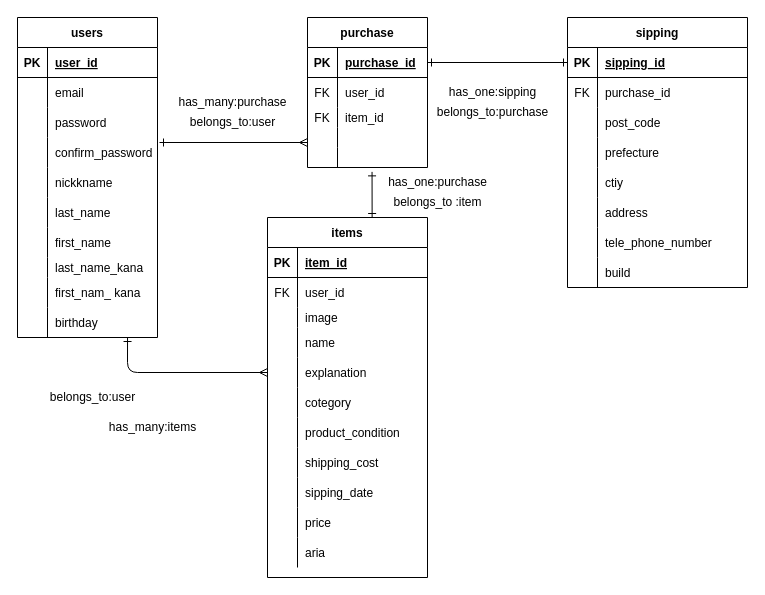
The draw.io diagram app/views/test.dio in karen0622/furima-41460, before the edit. Source tidied: cells renumbered, new cells numbered last; positions are measured from the earlier drawing's top-left corner, leaving out a move shared by most shapes. Both pictures are drawn from the tidied source at 100%, with x=0, y=0 at pixel (17, 17).
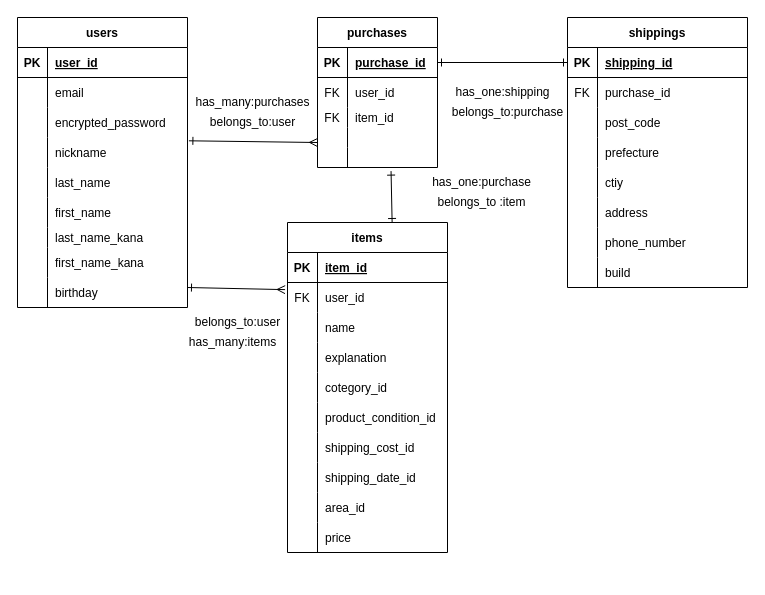
After the change.

Unchanged cells that the change refers to:
```xml
<mxCell id="37" style="shape=tableRow;horizontal=0;startSize=0;swimlaneHead=0;swimlaneBody=0;fillColor=none;points=[[0,0.5],[1,0.5]];portConstraint=eastwest;top=0;left=0;right=0;bottom=0;" parent="33" vertex="1">
  <mxGeometry y="60" width="160" height="30" as="geometry" />
</mxCell>
<mxCell id="77" style="shape=tableRow;horizontal=0;startSize=0;swimlaneHead=0;swimlaneBody=0;fillColor=none;points=[[0,0.5],[1,0.5]];portConstraint=eastwest;top=0;left=0;right=0;bottom=0;" parent="67" vertex="1">
  <mxGeometry y="110" width="120" height="20" as="geometry" />
</mxCell>
<mxCell id="80" style="shape=tableRow;horizontal=0;startSize=0;swimlaneHead=0;swimlaneBody=0;fillColor=none;points=[[0,0.5],[1,0.5]];portConstraint=eastwest;top=0;left=0;right=0;bottom=0;" parent="67" vertex="1">
  <mxGeometry y="130" width="120" height="20" as="geometry" />
</mxCell>
<mxCell id="84" style="shape=tableRow;horizontal=0;startSize=0;swimlaneHead=0;swimlaneBody=0;fillColor=none;points=[[0,0.5],[1,0.5]];portConstraint=eastwest;top=0;left=0;right=0;bottom=1;" parent="83" vertex="1">
  <mxGeometry y="30" width="180" height="30" as="geometry" />
</mxCell>
<mxCell id="102" style="shape=tableRow;horizontal=0;startSize=0;swimlaneHead=0;swimlaneBody=0;fillColor=none;top=0;left=0;right=0;bottom=0;" parent="83" vertex="1">
  <mxGeometry y="210" width="180" height="30" as="geometry" />
</mxCell>
```

Diff of the diagram source:
```diff
@@
     <mxCell id="2" value="users" style="shape=table;startSize=30;childLayout=tableLayout;rowLines=0;fontStyle=1;align=center;" parent="1" vertex="1">
-      <mxGeometry width="140" height="320" as="geometry" />
+      <mxGeometry width="170" height="290" as="geometry" />
     </mxCell>
     <mxCell id="3" style="shape=tableRow;horizontal=0;startSize=0;swimlaneHead=0;swimlaneBody=0;fillColor=none;top=0;left=0;right=0;bottom=1;" parent="2" vertex="1">
-      <mxGeometry y="30" width="140" height="30" as="geometry" />
+      <mxGeometry y="30" width="170" height="30" as="geometry" />
     </mxCell>
@@
     <mxCell id="5" value="user_id" style="shape=partialRectangle;fillColor=none;top=0;left=0;bottom=0;right=0;align=left;spacingLeft=6;fontStyle=5;overflow=hidden;" parent="3" vertex="1">
-      <mxGeometry x="30" width="110" height="30" as="geometry" />
+      <mxGeometry x="30" width="140" height="30" as="geometry" />
     </mxCell>
     <mxCell id="6" style="shape=tableRow;horizontal=0;startSize=0;swimlaneHead=0;swimlaneBody=0;fillColor=none;top=0;left=0;right=0;bottom=0;" parent="2" vertex="1">
-      <mxGeometry y="60" width="140" height="30" as="geometry" />
+      <mxGeometry y="60" width="170" height="30" as="geometry" />
     </mxCell>
@@
     <mxCell id="8" value="email" style="shape=partialRectangle;fillColor=none;top=0;left=0;bottom=0;right=0;align=left;spacingLeft=6;overflow=hidden;" parent="6" vertex="1">
-      <mxGeometry x="30" width="110" height="30" as="geometry" />
+      <mxGeometry x="30" width="140" height="30" as="geometry" />
     </mxCell>
     <mxCell id="9" style="shape=tableRow;horizontal=0;startSize=0;swimlaneHead=0;swimlaneBody=0;fillColor=none;top=0;left=0;right=0;bottom=0;" parent="2" vertex="1">
-      <mxGeometry y="90" width="140" height="30" as="geometry" />
+      <mxGeometry y="90" width="170" height="30" as="geometry" />
     </mxCell>
@@
-    <mxCell id="11" value="password" style="shape=partialRectangle;fillColor=none;top=0;left=0;bottom=0;right=0;align=left;spacingLeft=6;overflow=hidden;" parent="9" vertex="1">
-      <mxGeometry x="30" width="110" height="30" as="geometry" />
+    <mxCell id="11" value="encrypted_password" style="shape=partialRectangle;fillColor=none;top=0;left=0;bottom=0;right=0;align=left;spacingLeft=6;overflow=hidden;" parent="9" vertex="1">
+      <mxGeometry x="30" width="140" height="30" as="geometry" />
     </mxCell>
-    <mxCell id="12" style="shape=tableRow;horizontal=0;startSize=0;swimlaneHead=0;swimlaneBody=0;fillColor=none;top=0;left=0;right=0;bottom=0;" parent="2" vertex="1">
-      <mxGeometry y="120" width="140" height="30" as="geometry" />
-    </mxCell>
-    <mxCell id="13" style="shape=partialRectangle;fillColor=none;top=0;left=0;bottom=0;right=0;overflow=hidden;" parent="12" vertex="1">
-      <mxGeometry width="30" height="30" as="geometry" />
-    </mxCell>
-    <mxCell id="14" value="confirm_password" style="shape=partialRectangle;fillColor=none;top=0;left=0;bottom=0;right=0;align=left;spacingLeft=6;overflow=hidden;" parent="12" vertex="1">
-      <mxGeometry x="30" width="110" height="30" as="geometry" />
-    </mxCell>
     <mxCell id="15" style="shape=tableRow;horizontal=0;startSize=0;swimlaneHead=0;swimlaneBody=0;fillColor=none;top=0;left=0;right=0;bottom=0;" parent="2" vertex="1">
-      <mxGeometry y="150" width="140" height="30" as="geometry" />
+      <mxGeometry y="120" width="170" height="30" as="geometry" />
     </mxCell>
@@
-    <mxCell id="17" value="nickkname" style="shape=partialRectangle;fillColor=none;top=0;left=0;bottom=0;right=0;align=left;spacingLeft=6;overflow=hidden;" parent="15" vertex="1">
-      <mxGeometry x="30" width="110" height="30" as="geometry" />
+    <mxCell id="17" value="nickname" style="shape=partialRectangle;fillColor=none;top=0;left=0;bottom=0;right=0;align=left;spacingLeft=6;overflow=hidden;" parent="15" vertex="1">
+      <mxGeometry x="30" width="140" height="30" as="geometry" />
     </mxCell>
     <mxCell id="18" style="shape=tableRow;horizontal=0;startSize=0;swimlaneHead=0;swimlaneBody=0;fillColor=none;top=0;left=0;right=0;bottom=0;" parent="2" vertex="1">
-      <mxGeometry y="180" width="140" height="30" as="geometry" />
+      <mxGeometry y="150" width="170" height="30" as="geometry" />
     </mxCell>
@@
     <mxCell id="20" value="last_name" style="shape=partialRectangle;fillColor=none;top=0;left=0;bottom=0;right=0;align=left;spacingLeft=6;overflow=hidden;" parent="18" vertex="1">
-      <mxGeometry x="30" width="110" height="30" as="geometry" />
+      <mxGeometry x="30" width="140" height="30" as="geometry" />
     </mxCell>
     <mxCell id="21" style="shape=tableRow;horizontal=0;startSize=0;swimlaneHead=0;swimlaneBody=0;fillColor=none;top=0;left=0;right=0;bottom=0;" parent="2" vertex="1">
-      <mxGeometry y="210" width="140" height="30" as="geometry" />
+      <mxGeometry y="180" width="170" height="30" as="geometry" />
     </mxCell>
@@
     <mxCell id="23" value="first_name" style="shape=partialRectangle;fillColor=none;top=0;left=0;bottom=0;right=0;align=left;spacingLeft=6;overflow=hidden;" parent="21" vertex="1">
-      <mxGeometry x="30" width="110" height="30" as="geometry" />
+      <mxGeometry x="30" width="140" height="30" as="geometry" />
     </mxCell>
     <mxCell id="24" style="shape=tableRow;horizontal=0;startSize=0;swimlaneHead=0;swimlaneBody=0;fillColor=none;top=0;left=0;right=0;bottom=0;" parent="2" vertex="1">
-      <mxGeometry y="240" width="140" height="20" as="geometry" />
+      <mxGeometry y="210" width="170" height="20" as="geometry" />
     </mxCell>
@@
     <mxCell id="26" value="last_name_kana" style="shape=partialRectangle;fillColor=none;top=0;left=0;bottom=0;right=0;align=left;spacingLeft=6;overflow=hidden;" parent="24" vertex="1">
-      <mxGeometry x="30" width="110" height="20" as="geometry" />
+      <mxGeometry x="30" width="140" height="20" as="geometry" />
     </mxCell>
     <mxCell id="27" style="shape=tableRow;horizontal=0;startSize=0;swimlaneHead=0;swimlaneBody=0;fillColor=none;top=0;left=0;right=0;bottom=0;" parent="2" vertex="1">
-      <mxGeometry y="260" width="140" height="30" as="geometry" />
+      <mxGeometry y="230" width="170" height="30" as="geometry" />
     </mxCell>
@@
-    <mxCell id="29" value="first_nam_ kana" style="shape=partialRectangle;fillColor=none;top=0;left=0;bottom=0;right=0;align=left;spacingLeft=6;overflow=hidden;" parent="27" vertex="1">
-      <mxGeometry x="30" width="110" height="30" as="geometry" />
+    <mxCell id="29" value="first_name_kana" style="shape=partialRectangle;fillColor=none;top=0;left=0;bottom=0;right=0;align=left;spacingLeft=6;overflow=hidden;" parent="27" vertex="1">
+      <mxGeometry x="30" width="140" height="30" as="geometry" />
     </mxCell>
     <mxCell id="30" style="shape=tableRow;horizontal=0;startSize=0;swimlaneHead=0;swimlaneBody=0;fillColor=none;points=[[0,0.5],[1,0.5]];portConstraint=eastwest;top=0;left=0;right=0;bottom=0;" parent="2" vertex="1">
-      <mxGeometry y="290" width="140" height="30" as="geometry" />
+      <mxGeometry y="260" width="170" height="30" as="geometry" />
     </mxCell>
@@
     <mxCell id="32" value="birthday" style="shape=partialRectangle;fillColor=none;top=0;left=0;bottom=0;right=0;align=left;spacingLeft=6;overflow=hidden;" parent="30" vertex="1">
-      <mxGeometry x="30" width="110" height="30" as="geometry" />
+      <mxGeometry x="30" width="140" height="30" as="geometry" />
     </mxCell>
     <mxCell id="33" value="items" style="shape=table;startSize=30;childLayout=tableLayout;rowLines=0;fontStyle=1;align=center;" parent="1" vertex="1">
-      <mxGeometry x="250" y="200" width="160" height="360" as="geometry" />
+      <mxGeometry x="270" y="205" width="160" height="330" as="geometry" />
     </mxCell>
@@
-    <mxCell id="40" style="shape=tableRow;horizontal=0;startSize=0;swimlaneHead=0;swimlaneBody=0;fillColor=none;top=0;left=0;right=0;bottom=0;" parent="33" vertex="1">
-      <mxGeometry y="90" width="160" height="20" as="geometry" />
-    </mxCell>
-    <mxCell id="41" style="shape=partialRectangle;fillColor=none;top=0;left=0;bottom=0;right=0;overflow=hidden;" parent="40" vertex="1">
-      <mxGeometry width="30" height="20" as="geometry" />
-    </mxCell>
-    <mxCell id="42" value="image" style="shape=partialRectangle;fillColor=none;top=0;left=0;bottom=0;right=0;align=left;spacingLeft=6;overflow=hidden;" parent="40" vertex="1">
-      <mxGeometry x="30" width="130" height="20" as="geometry" />
-    </mxCell>
     <mxCell id="43" style="shape=tableRow;horizontal=0;startSize=0;swimlaneHead=0;swimlaneBody=0;fillColor=none;top=0;left=0;right=0;bottom=0;" parent="33" vertex="1">
-      <mxGeometry y="110" width="160" height="30" as="geometry" />
+      <mxGeometry y="90" width="160" height="30" as="geometry" />
     </mxCell>
@@
     <mxCell id="46" style="shape=tableRow;horizontal=0;startSize=0;swimlaneHead=0;swimlaneBody=0;fillColor=none;points=[[0,0.5],[1,0.5]];portConstraint=eastwest;top=0;left=0;right=0;bottom=0;" parent="33" vertex="1">
-      <mxGeometry y="140" width="160" height="30" as="geometry" />
+      <mxGeometry y="120" width="160" height="30" as="geometry" />
     </mxCell>
@@
     <mxCell id="49" style="shape=tableRow;horizontal=0;startSize=0;swimlaneHead=0;swimlaneBody=0;fillColor=none;top=0;left=0;right=0;bottom=0;" parent="33" vertex="1">
-      <mxGeometry y="170" width="160" height="30" as="geometry" />
+      <mxGeometry y="150" width="160" height="30" as="geometry" />
     </mxCell>
@@
-    <mxCell id="51" value="cotegory" style="shape=partialRectangle;fillColor=none;top=0;left=0;bottom=0;right=0;align=left;spacingLeft=6;overflow=hidden;" parent="49" vertex="1">
+    <mxCell id="51" value="cotegory_id" style="shape=partialRectangle;fillColor=none;top=0;left=0;bottom=0;right=0;align=left;spacingLeft=6;overflow=hidden;" parent="49" vertex="1">
       <mxGeometry x="30" width="130" height="30" as="geometry" />
     </mxCell>
     <mxCell id="52" style="shape=tableRow;horizontal=0;startSize=0;swimlaneHead=0;swimlaneBody=0;fillColor=none;top=0;left=0;right=0;bottom=0;" parent="33" vertex="1">
-      <mxGeometry y="200" width="160" height="30" as="geometry" />
+      <mxGeometry y="180" width="160" height="30" as="geometry" />
     </mxCell>
@@
-    <mxCell id="54" value="product_condition" style="shape=partialRectangle;fillColor=none;top=0;left=0;bottom=0;right=0;align=left;spacingLeft=6;overflow=hidden;" parent="52" vertex="1">
+    <mxCell id="54" value="product_condition_id" style="shape=partialRectangle;fillColor=none;top=0;left=0;bottom=0;right=0;align=left;spacingLeft=6;overflow=hidden;" parent="52" vertex="1">
       <mxGeometry x="30" width="130" height="30" as="geometry" />
     </mxCell>
     <mxCell id="55" style="shape=tableRow;horizontal=0;startSize=0;swimlaneHead=0;swimlaneBody=0;fillColor=none;top=0;left=0;right=0;bottom=0;" parent="33" vertex="1">
-      <mxGeometry y="230" width="160" height="30" as="geometry" />
+      <mxGeometry y="210" width="160" height="30" as="geometry" />
     </mxCell>
@@
-    <mxCell id="57" value="shipping_cost" style="shape=partialRectangle;fillColor=none;top=0;left=0;bottom=0;right=0;align=left;spacingLeft=6;overflow=hidden;" parent="55" vertex="1">
+    <mxCell id="57" value="shipping_cost_id" style="shape=partialRectangle;fillColor=none;top=0;left=0;bottom=0;right=0;align=left;spacingLeft=6;overflow=hidden;" parent="55" vertex="1">
       <mxGeometry x="30" width="130" height="30" as="geometry" />
     </mxCell>
     <mxCell id="58" style="shape=tableRow;horizontal=0;startSize=0;swimlaneHead=0;swimlaneBody=0;fillColor=none;top=0;left=0;right=0;bottom=0;" parent="33" vertex="1">
-      <mxGeometry y="260" width="160" height="30" as="geometry" />
+      <mxGeometry y="240" width="160" height="30" as="geometry" />
     </mxCell>
@@
-    <mxCell id="60" value="sipping_date" style="shape=partialRectangle;fillColor=none;top=0;left=0;bottom=0;right=0;align=left;spacingLeft=6;overflow=hidden;" parent="58" vertex="1">
+    <mxCell id="60" value="shipping_date_id" style="shape=partialRectangle;fillColor=none;top=0;left=0;bottom=0;right=0;align=left;spacingLeft=6;overflow=hidden;" parent="58" vertex="1">
       <mxGeometry x="30" width="130" height="30" as="geometry" />
     </mxCell>
+    <mxCell id="64" style="shape=tableRow;horizontal=0;startSize=0;swimlaneHead=0;swimlaneBody=0;fillColor=none;top=0;left=0;right=0;bottom=0;" parent="33" vertex="1">
+      <mxGeometry y="270" width="160" height="30" as="geometry" />
+    </mxCell>
+    <mxCell id="65" style="shape=partialRectangle;fillColor=none;top=0;left=0;bottom=0;right=0;overflow=hidden;" parent="64" vertex="1">
+      <mxGeometry width="30" height="30" as="geometry" />
+    </mxCell>
+    <mxCell id="66" value="area_id" style="shape=partialRectangle;fillColor=none;top=0;left=0;bottom=0;right=0;align=left;spacingLeft=6;overflow=hidden;" parent="64" vertex="1">
+      <mxGeometry x="30" width="130" height="30" as="geometry" />
+    </mxCell>
     <mxCell id="61" style="shape=tableRow;horizontal=0;startSize=0;swimlaneHead=0;swimlaneBody=0;fillColor=none;top=0;left=0;right=0;bottom=0;" parent="33" vertex="1">
-      <mxGeometry y="290" width="160" height="30" as="geometry" />
+      <mxGeometry y="300" width="160" height="30" as="geometry" />
     </mxCell>
@@
-    <mxCell id="64" style="shape=tableRow;horizontal=0;startSize=0;swimlaneHead=0;swimlaneBody=0;fillColor=none;top=0;left=0;right=0;bottom=0;" parent="33" vertex="1">
-      <mxGeometry y="320" width="160" height="30" as="geometry" />
-    </mxCell>
-    <mxCell id="65" style="shape=partialRectangle;fillColor=none;top=0;left=0;bottom=0;right=0;overflow=hidden;" parent="64" vertex="1">
-      <mxGeometry width="30" height="30" as="geometry" />
-    </mxCell>
-    <mxCell id="66" value="aria" style="shape=partialRectangle;fillColor=none;top=0;left=0;bottom=0;right=0;align=left;spacingLeft=6;overflow=hidden;" parent="64" vertex="1">
-      <mxGeometry x="30" width="130" height="30" as="geometry" />
-    </mxCell>
-    <mxCell id="67" value="purchase" style="shape=table;startSize=30;childLayout=tableLayout;rowLines=0;fontStyle=1;align=center;" parent="1" vertex="1">
-      <mxGeometry x="290" width="120" height="150" as="geometry" />
+    <mxCell id="67" value="purchases" style="shape=table;startSize=30;childLayout=tableLayout;rowLines=0;fontStyle=1;align=center;" parent="1" vertex="1">
+      <mxGeometry x="300" width="120" height="150" as="geometry" />
     </mxCell>
@@
-    <mxCell id="83" value="sipping" style="shape=table;startSize=30;childLayout=tableLayout;rowLines=0;fontStyle=1;align=center;" parent="1" vertex="1">
+    <mxCell id="83" value="shippings" style="shape=table;startSize=30;childLayout=tableLayout;rowLines=0;fontStyle=1;align=center;" parent="1" vertex="1">
       <mxGeometry x="550" width="180" height="270" as="geometry" />
     </mxCell>
@@
-    <mxCell id="86" value="sipping_id" style="shape=partialRectangle;fillColor=none;top=0;left=0;bottom=0;right=0;align=left;spacingLeft=6;fontStyle=5;overflow=hidden;" parent="84" vertex="1">
+    <mxCell id="86" value="shipping_id" style="shape=partialRectangle;fillColor=none;top=0;left=0;bottom=0;right=0;align=left;spacingLeft=6;fontStyle=5;overflow=hidden;" parent="84" vertex="1">
       <mxGeometry x="30" width="150" height="30" as="geometry" />
     </mxCell>
@@
-    <mxCell id="104" value="tele_phone_number" style="shape=partialRectangle;fillColor=none;top=0;left=0;bottom=0;right=0;align=left;spacingLeft=6;overflow=hidden;" parent="102" vertex="1">
+    <mxCell id="104" value="phone_number" style="shape=partialRectangle;fillColor=none;top=0;left=0;bottom=0;right=0;align=left;spacingLeft=6;overflow=hidden;" parent="102" vertex="1">
       <mxGeometry x="30" width="150" height="30" as="geometry" />
     </mxCell>
@@
-    <mxCell id="108" style="fontSize=12;html=1;endArrow=ERmany;elbow=vertical;exitX=0.786;exitY=1;exitDx=0;exitDy=0;exitPerimeter=0;endFill=0;edgeStyle=orthogonalEdgeStyle;entryX=0;entryY=0.5;entryDx=0;entryDy=0;startArrow=ERone;startFill=0;" parent="1" edge="1" source="30" target="46">
-      <mxGeometry relative="1" as="geometry" />
+    <mxCell id="108" style="fontSize=12;html=1;endArrow=ERmany;elbow=vertical;endFill=0;startArrow=ERone;startFill=0;entryX=-0.015;entryY=0.238;entryDx=0;entryDy=0;entryPerimeter=0;" parent="1" edge="1" target="37">
+      <mxGeometry relative="1" as="geometry">
+        <mxPoint x="170" y="270" as="sourcePoint" />
+      </mxGeometry>
     </mxCell>
-    <mxCell id="109" style="fontSize=12;html=1;endArrow=ERone;startArrow=ERone;strokeColor=default;entryX=0.538;entryY=1.219;entryDx=0;entryDy=0;entryPerimeter=0;startFill=0;endFill=0;exitX=0.654;exitY=0;exitDx=0;exitDy=0;exitPerimeter=0;" parent="1" edge="1" source="33" target="80">
+    <mxCell id="109" style="fontSize=12;html=1;endArrow=ERone;startArrow=ERone;strokeColor=default;entryX=0.613;entryY=1.181;entryDx=0;entryDy=0;entryPerimeter=0;startFill=0;endFill=0;exitX=0.654;exitY=0;exitDx=0;exitDy=0;exitPerimeter=0;" parent="1" edge="1" source="33" target="80">
       <mxGeometry relative="1" as="geometry" />
     </mxCell>
@@
-    <mxCell id="111" style="fontSize=12;html=1;endArrow=ERmany;startArrow=ERone;rounded=1;labelBackgroundColor=default;strokeColor=default;fontFamily=Helvetica;fontColor=default;shape=connector;elbow=vertical;endFill=0;startFill=0;entryX=0;entryY=0.75;entryDx=0;entryDy=0;entryPerimeter=0;" parent="1" edge="1" target="77">
+    <mxCell id="111" style="fontSize=12;html=1;endArrow=ERmany;startArrow=ERone;rounded=1;labelBackgroundColor=default;strokeColor=default;fontFamily=Helvetica;fontColor=default;shape=connector;elbow=vertical;endFill=0;startFill=0;entryX=0;entryY=0.75;entryDx=0;entryDy=0;entryPerimeter=0;exitX=1.008;exitY=0.109;exitDx=0;exitDy=0;exitPerimeter=0;" parent="1" edge="1" target="77">
       <mxGeometry relative="1" as="geometry">
-        <mxPoint x="142" y="125" as="sourcePoint" />
+        <mxPoint x="171.4" y="123.3" as="sourcePoint" />
       </mxGeometry>
     </mxCell>
     <mxCell id="112" value="has_many:items" style="text;html=1;align=center;verticalAlign=middle;strokeColor=none;fillColor=none;fontSize=12;fontFamily=Helvetica;fontColor=default;" parent="1" vertex="1">
-      <mxGeometry x="80" y="395" width="110" height="30" as="geometry" />
+      <mxGeometry x="160" y="310" width="110" height="30" as="geometry" />
     </mxCell>
     <mxCell id="113" value="belongs_to:user" style="text;html=1;align=center;verticalAlign=middle;strokeColor=none;fillColor=none;fontSize=12;fontFamily=Helvetica;fontColor=default;" parent="1" vertex="1">
-      <mxGeometry x="20" y="365" width="110" height="30" as="geometry" />
+      <mxGeometry x="165" y="290" width="110" height="30" as="geometry" />
     </mxCell>
-    <mxCell id="114" value="has_many:purchase" style="text;html=1;align=center;verticalAlign=middle;strokeColor=none;fillColor=none;fontSize=12;fontFamily=Helvetica;fontColor=default;" parent="1" vertex="1">
-      <mxGeometry x="150" y="70" width="130" height="30" as="geometry" />
+    <mxCell id="114" value="has_many:purchases" style="text;html=1;align=center;verticalAlign=middle;strokeColor=none;fillColor=none;fontSize=12;fontFamily=Helvetica;fontColor=default;" parent="1" vertex="1">
+      <mxGeometry x="165" y="70" width="140" height="30" as="geometry" />
     </mxCell>
     <mxCell id="115" value="belongs_to:user" style="text;html=1;align=center;verticalAlign=middle;strokeColor=none;fillColor=none;fontSize=12;fontFamily=Helvetica;fontColor=default;" parent="1" vertex="1">
-      <mxGeometry x="160" y="90" width="110" height="30" as="geometry" />
+      <mxGeometry x="180" y="90" width="110" height="30" as="geometry" />
     </mxCell>
     <mxCell id="116" value="belongs_to :item" style="text;html=1;align=center;verticalAlign=middle;strokeColor=none;fillColor=none;fontSize=12;fontFamily=Helvetica;fontColor=default;" parent="1" vertex="1">
-      <mxGeometry x="365" y="170" width="110" height="30" as="geometry" />
+      <mxGeometry x="409" y="170" width="110" height="30" as="geometry" />
     </mxCell>
     <mxCell id="117" value="has_one:purchase" style="text;html=1;align=center;verticalAlign=middle;strokeColor=none;fillColor=none;fontSize=12;fontFamily=Helvetica;fontColor=default;" parent="1" vertex="1">
-      <mxGeometry x="360" y="150" width="120" height="30" as="geometry" />
+      <mxGeometry x="404" y="150" width="120" height="30" as="geometry" />
     </mxCell>
     <mxCell id="118" value="belongs_to:purchase" style="text;html=1;align=center;verticalAlign=middle;strokeColor=none;fillColor=none;fontSize=12;fontFamily=Helvetica;fontColor=default;" parent="1" vertex="1">
-      <mxGeometry x="410" y="80" width="130" height="30" as="geometry" />
+      <mxGeometry x="425" y="80" width="130" height="30" as="geometry" />
     </mxCell>
-    <mxCell id="119" value="has_one:sipping" style="text;html=1;align=center;verticalAlign=middle;strokeColor=none;fillColor=none;fontSize=12;fontFamily=Helvetica;fontColor=default;" parent="1" vertex="1">
-      <mxGeometry x="420" y="60" width="110" height="30" as="geometry" />
+    <mxCell id="119" value="has_one:shipping" style="text;html=1;align=center;verticalAlign=middle;strokeColor=none;fillColor=none;fontSize=12;fontFamily=Helvetica;fontColor=default;" parent="1" vertex="1">
+      <mxGeometry x="425" y="60" width="120" height="30" as="geometry" />
     </mxCell>
```
